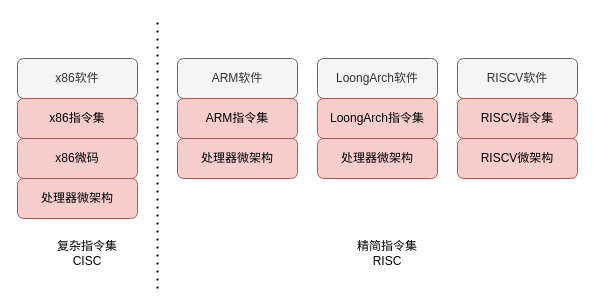
Before: image/allCPU_arch.drawio in jensen-yan/yanyue_essay, a draw.io diagram. Source tidied: cells renumbered, new cells numbered last; positions are measured from the earlier drawing's top-left corner, leaving out a move shared by most shapes. Both pictures are drawn from the tidied source at 100%, with x=0, y=0 at pixel (17, 18).
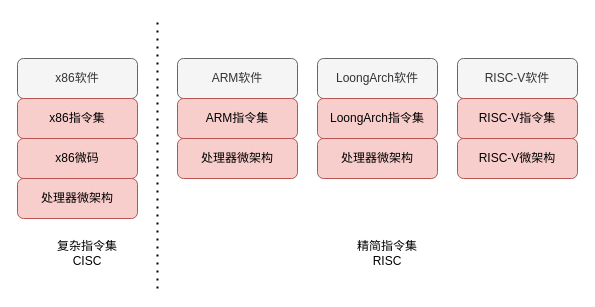
After the change.

Diff of the diagram source:
```diff
@@
 <mxGraphModel>
   <root>
     <mxCell id="0" />
     <mxCell id="1" parent="0" />
     <mxCell id="2" value="x86软件" style="rounded=1;whiteSpace=wrap;html=1;fillColor=#f5f5f5;fontColor=#333333;strokeColor=#666666;" parent="1" vertex="1">
       <mxGeometry y="40" width="120" height="40" as="geometry" />
     </mxCell>
     <mxCell id="3" value="x86指令集" style="rounded=1;whiteSpace=wrap;html=1;fillColor=#f8cecc;strokeColor=#b85450;" parent="1" vertex="1">
       <mxGeometry y="80" width="120" height="40" as="geometry" />
     </mxCell>
     <mxCell id="4" value="x86微码" style="rounded=1;whiteSpace=wrap;html=1;fillColor=#f8cecc;strokeColor=#b85450;" parent="1" vertex="1">
       <mxGeometry y="120" width="120" height="40" as="geometry" />
     </mxCell>
     <mxCell id="5" value="处理器微架构" style="rounded=1;whiteSpace=wrap;html=1;fillColor=#f8cecc;strokeColor=#b85450;" parent="1" vertex="1">
       <mxGeometry y="160" width="120" height="40" as="geometry" />
     </mxCell>
     <mxCell id="6" value="ARM软件" style="rounded=1;whiteSpace=wrap;html=1;fillColor=#f5f5f5;fontColor=#333333;strokeColor=#666666;" parent="1" vertex="1">
       <mxGeometry x="160" y="40" width="120" height="40" as="geometry" />
     </mxCell>
     <mxCell id="7" value="ARM指令集" style="rounded=1;whiteSpace=wrap;html=1;fillColor=#f8cecc;strokeColor=#b85450;" parent="1" vertex="1">
       <mxGeometry x="160" y="80" width="120" height="40" as="geometry" />
     </mxCell>
     <mxCell id="8" value="处理器微架构" style="rounded=1;whiteSpace=wrap;html=1;fillColor=#f8cecc;strokeColor=#b85450;" parent="1" vertex="1">
       <mxGeometry x="160" y="120" width="120" height="40" as="geometry" />
     </mxCell>
     <mxCell id="9" value="LoongArch软件" style="rounded=1;whiteSpace=wrap;html=1;fillColor=#f5f5f5;fontColor=#333333;strokeColor=#666666;" parent="1" vertex="1">
       <mxGeometry x="300" y="40" width="120" height="40" as="geometry" />
     </mxCell>
     <mxCell id="10" value="LoongArch指令集" style="rounded=1;whiteSpace=wrap;html=1;fillColor=#f8cecc;strokeColor=#b85450;" parent="1" vertex="1">
       <mxGeometry x="300" y="80" width="120" height="40" as="geometry" />
     </mxCell>
     <mxCell id="11" value="处理器微架构" style="rounded=1;whiteSpace=wrap;html=1;fillColor=#f8cecc;strokeColor=#b85450;" parent="1" vertex="1">
       <mxGeometry x="300" y="120" width="120" height="40" as="geometry" />
     </mxCell>
-    <mxCell id="12" value="RISCV软件" style="rounded=1;whiteSpace=wrap;html=1;fillColor=#f5f5f5;fontColor=#333333;strokeColor=#666666;" parent="1" vertex="1">
+    <mxCell id="12" value="RISC-V软件" style="rounded=1;whiteSpace=wrap;html=1;fillColor=#f5f5f5;fontColor=#333333;strokeColor=#666666;" parent="1" vertex="1">
       <mxGeometry x="440" y="40" width="120" height="40" as="geometry" />
     </mxCell>
-    <mxCell id="13" value="RISCV指令集" style="rounded=1;whiteSpace=wrap;html=1;fillColor=#f8cecc;strokeColor=#b85450;" parent="1" vertex="1">
+    <mxCell id="13" value="RISC-V指令集" style="rounded=1;whiteSpace=wrap;html=1;fillColor=#f8cecc;strokeColor=#b85450;" parent="1" vertex="1">
       <mxGeometry x="440" y="80" width="120" height="40" as="geometry" />
     </mxCell>
-    <mxCell id="14" value="RISCV微架构" style="rounded=1;whiteSpace=wrap;html=1;fillColor=#f8cecc;strokeColor=#b85450;" parent="1" vertex="1">
+    <mxCell id="14" value="RISC-V微架构" style="rounded=1;whiteSpace=wrap;html=1;fillColor=#f8cecc;strokeColor=#b85450;" parent="1" vertex="1">
       <mxGeometry x="440" y="120" width="120" height="40" as="geometry" />
     </mxCell>
     <mxCell id="15" style="endArrow=none;dashed=1;html=1;dashPattern=1 3;strokeWidth=2;" parent="1" edge="1">
       <mxGeometry relative="1" as="geometry">
         <mxPoint x="140" y="270" as="sourcePoint" />
         <mxPoint x="140" as="targetPoint" />
       </mxGeometry>
     </mxCell>
     <mxCell id="16" value="复杂指令集&lt;br&gt;CISC" style="text;html=1;strokeColor=none;fillColor=none;align=center;verticalAlign=middle;whiteSpace=wrap;rounded=0;" parent="1" vertex="1">
       <mxGeometry x="30" y="220" width="80" height="30" as="geometry" />
     </mxCell>
     <mxCell id="17" value="精简指令集&lt;br&gt;RISC" style="text;html=1;strokeColor=none;fillColor=none;align=center;verticalAlign=middle;whiteSpace=wrap;rounded=0;" parent="1" vertex="1">
       <mxGeometry x="330" y="220" width="80" height="30" as="geometry" />
     </mxCell>
   </root>
 </mxGraphModel>
```
